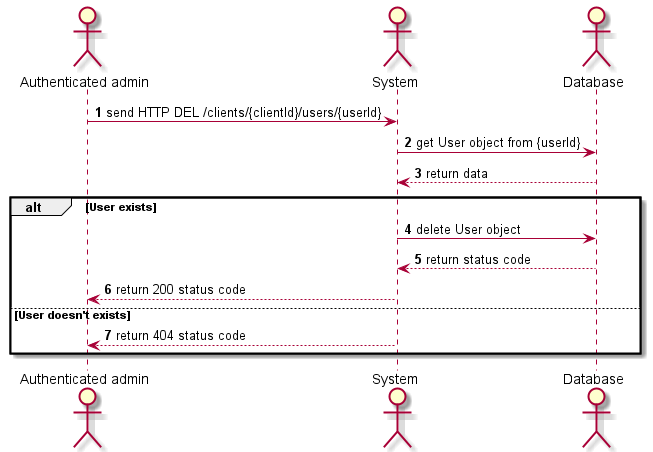
Earlier version of the PlantUML export diagrams/render/Sequences/UsersManagement/Sequence_DeleteUser.png (Xwyk/BileMo).
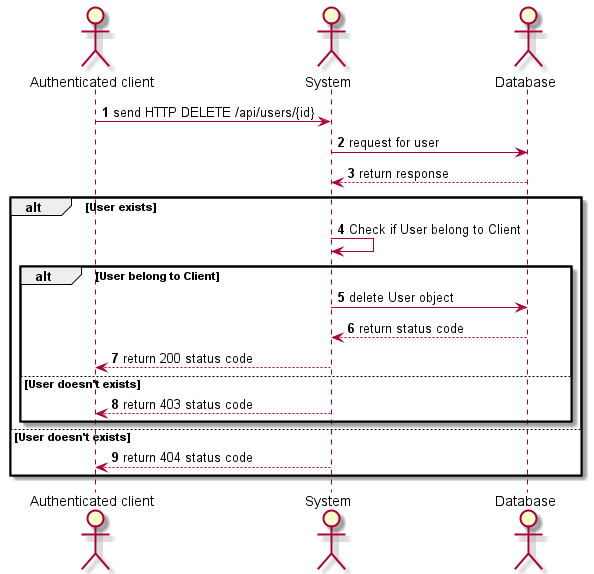
After the change.

What changed in the source:
```diff
@@ -2,20 +2,25 @@
 
 autonumber
 
-actor "Authenticated admin" as admin
+actor "Authenticated client" as client
 actor System                as system
 actor Database              as db
 
-admin  -> system  : send HTTP DEL /clients/{clientId}/users/{userId}
-system -> db      : get User object from {userId}
-system <-- db     : return data
-
+client  -> system  : send HTTP DELETE /api/users/{id}
+system  -> db  : request for user
+system  <-- db  : return response
 alt User exists
-  system -> db      : delete User object
-  system <-- db     : return status code
-  admin  <-- system : return 200 status code
+  system  -> system  : Check if User belong to Client
+  alt User belong to Client
+    system -> db      : delete User object
+    system <-- db     : return status code
+    client  <-- system : return 200 status code
+  else User doesn't exists
+    client  <-- system : return 403 status code
+  end
 else User doesn't exists
-  admin  <-- system : return 404 status code
+  client  <-- system : return 404 status code
 end
 
+
 @enduml
```
